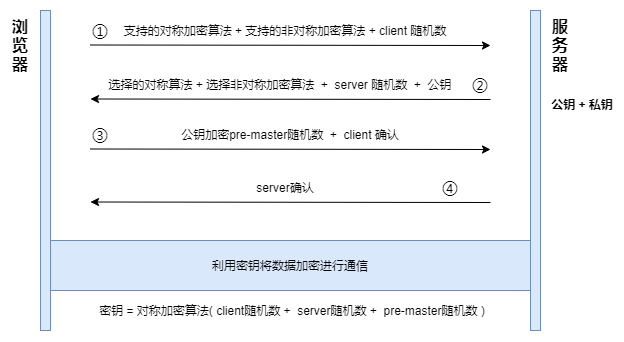
The draw.io diagram 前端基础巩固/一文读懂HTTPS/img/multiple.png in HeJueting/Blog, before a commit. Source tidied: cells renumbered, new cells last; positions are measured from the earlier drawing's top-left corner, leaving out a move shared by most shapes.
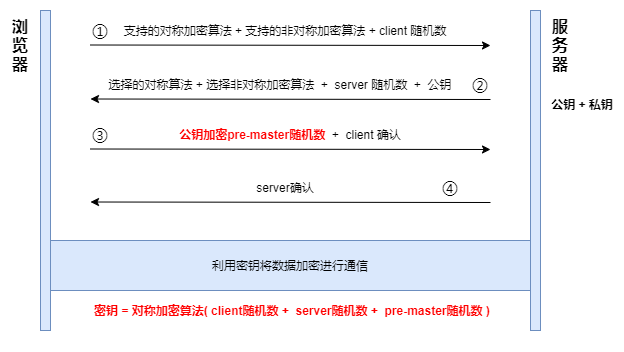
After the commit.

The edit, as a diff of the source:
```diff
@@ -3,7 +3,7 @@
     <mxCell id="0" />
     <mxCell id="1" parent="0" />
     <mxCell id="2" style="rounded=0;whiteSpace=wrap;html=1;strokeColor=none;" parent="1" vertex="1">
-      <mxGeometry width="620" height="340" as="geometry" />
+      <mxGeometry width="620" height="350" as="geometry" />
     </mxCell>
     <mxCell id="3" style="rounded=0;whiteSpace=wrap;html=1;fillColor=#dae8fc;strokeColor=#6c8ebf;" parent="1" vertex="1">
       <mxGeometry x="40" y="10" width="10" height="320" as="geometry" />
@@ -50,7 +50,7 @@
     <mxCell id="14" value="&lt;font style=&quot;font-size: 16px&quot;&gt;③&lt;/font&gt;" style="text;html=1;strokeColor=none;fillColor=none;align=center;verticalAlign=middle;whiteSpace=wrap;rounded=0;" parent="1" vertex="1">
       <mxGeometry x="80" y="124" width="40" height="20" as="geometry" />
     </mxCell>
-    <mxCell id="15" value="公钥加密pre-master随机数&amp;nbsp; +&amp;nbsp; client 确认" style="text;html=1;strokeColor=none;fillColor=none;align=center;verticalAlign=middle;whiteSpace=wrap;rounded=0;" parent="1" vertex="1">
+    <mxCell id="15" value="&lt;b&gt;&lt;font color=&quot;#ff0000&quot;&gt;公钥加密pre-master随机数&lt;/font&gt;&lt;/b&gt;&amp;nbsp; +&amp;nbsp; client 确认" style="text;html=1;strokeColor=none;fillColor=none;align=center;verticalAlign=middle;whiteSpace=wrap;rounded=0;" parent="1" vertex="1">
       <mxGeometry x="150" y="124" width="280" height="20" as="geometry" />
     </mxCell>
     <mxCell id="16" style="endArrow=none;html=1;endFill=0;startArrow=classic;startFill=1;" parent="1" edge="1">
@@ -71,7 +71,7 @@
     <mxCell id="20" value="利用密钥将数据加密进行通信" style="rounded=0;whiteSpace=wrap;html=1;fillColor=#dae8fc;strokeColor=#6c8ebf;" parent="1" vertex="1">
       <mxGeometry x="50" y="240" width="480" height="50" as="geometry" />
     </mxCell>
-    <mxCell id="21" value="密钥 = 对称加密算法( client随机数 +&amp;nbsp; server随机数 +&amp;nbsp; pre-master随机数 )" style="text;html=1;strokeColor=none;fillColor=none;align=center;verticalAlign=middle;whiteSpace=wrap;rounded=0;" parent="1" vertex="1">
+    <mxCell id="21" value="&lt;font color=&quot;#ff0000&quot;&gt;&lt;b&gt;密钥 = 对称加密算法( client随机数 +&amp;nbsp; server随机数 +&amp;nbsp; pre-master随机数 )&lt;/b&gt;&lt;/font&gt;" style="text;html=1;strokeColor=none;fillColor=none;align=center;verticalAlign=middle;whiteSpace=wrap;rounded=0;" parent="1" vertex="1">
       <mxGeometry x="42" y="300" width="500" height="20" as="geometry" />
     </mxCell>
   </root>
```
